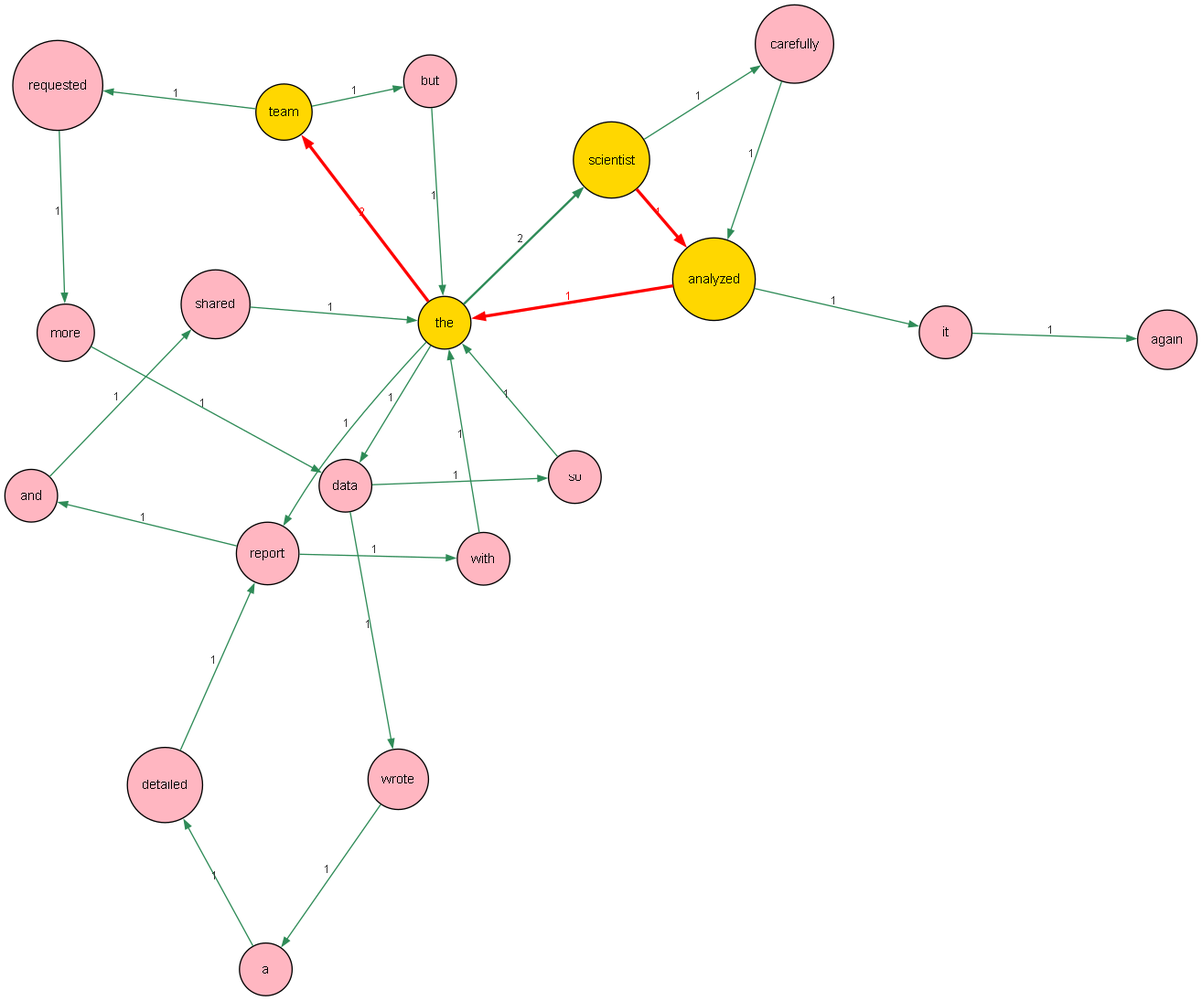
This is shortest_path.png from wjstpgusl/lab-1, a Graphviz export, as it was before one commit. Its source is kept beside it as shortest_path.dot.
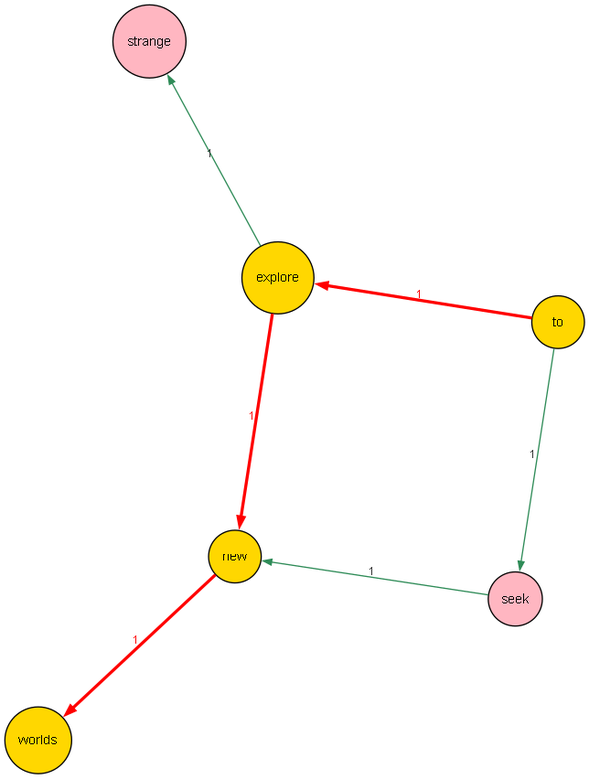
The same file after the commit.

What changed in the source:
```diff
@@ -7,34 +7,14 @@
         fontsize=11, fontname="Arial", width=0.6, fixedsize=false];
   edge [fontsize=9, fontname="Arial", color="#2E8B57",
         fontcolor="#333333", arrowsize=0.7];
-  "the" [fillcolor="#FFD700"];
-  "scientist" [fillcolor="#FFD700"];
-  "analyzed" [fillcolor="#FFD700"];
-  "team" [fillcolor="#FFD700"];
-  "the" -> "scientist" [label="2", penwidth=1.8];
-  "the" -> "data" [label="1", penwidth=1.0];
-  "the" -> "report" [label="1", penwidth=1.0];
-  "the" -> "team" [label="2", color="#FF0000", penwidth=2.5, fontcolor="#FF0000"];
-  "scientist" -> "carefully" [label="1", penwidth=1.0];
-  "scientist" -> "analyzed" [label="1", color="#FF0000", penwidth=2.5, fontcolor="#FF0000"];
-  "carefully" -> "analyzed" [label="1", penwidth=1.0];
-  "analyzed" -> "the" [label="1", color="#FF0000", penwidth=2.5, fontcolor="#FF0000"];
-  "analyzed" -> "it" [label="1", penwidth=1.0];
-  "data" -> "wrote" [label="1", penwidth=1.0];
-  "data" -> "so" [label="1", penwidth=1.0];
-  "wrote" -> "a" [label="1", penwidth=1.0];
-  "a" -> "detailed" [label="1", penwidth=1.0];
-  "detailed" -> "report" [label="1", penwidth=1.0];
-  "report" -> "and" [label="1", penwidth=1.0];
-  "report" -> "with" [label="1", penwidth=1.0];
-  "and" -> "shared" [label="1", penwidth=1.0];
-  "shared" -> "the" [label="1", penwidth=1.0];
-  "with" -> "the" [label="1", penwidth=1.0];
-  "team" -> "but" [label="1", penwidth=1.0];
-  "team" -> "requested" [label="1", penwidth=1.0];
-  "but" -> "the" [label="1", penwidth=1.0];
-  "requested" -> "more" [label="1", penwidth=1.0];
-  "more" -> "data" [label="1", penwidth=1.0];
-  "so" -> "the" [label="1", penwidth=1.0];
-  "it" -> "again" [label="1", penwidth=1.0];
+  "new" [fillcolor="#FFD700"];
+  "worlds" [fillcolor="#FFD700"];
+  "explore" [fillcolor="#FFD700"];
+  "to" [fillcolor="#FFD700"];
+  "to" -> "explore" [label="1", color="#FF0000", penwidth=2.5, fontcolor="#FF0000"];
+  "to" -> "seek" [label="1", penwidth=1.0];
+  "explore" -> "new" [label="1", color="#FF0000", penwidth=2.5, fontcolor="#FF0000"];
+  "explore" -> "strange" [label="1", penwidth=1.0];
+  "seek" -> "new" [label="1", penwidth=1.0];
+  "new" -> "worlds" [label="1", color="#FF0000", penwidth=2.5, fontcolor="#FF0000"];
 }
```
